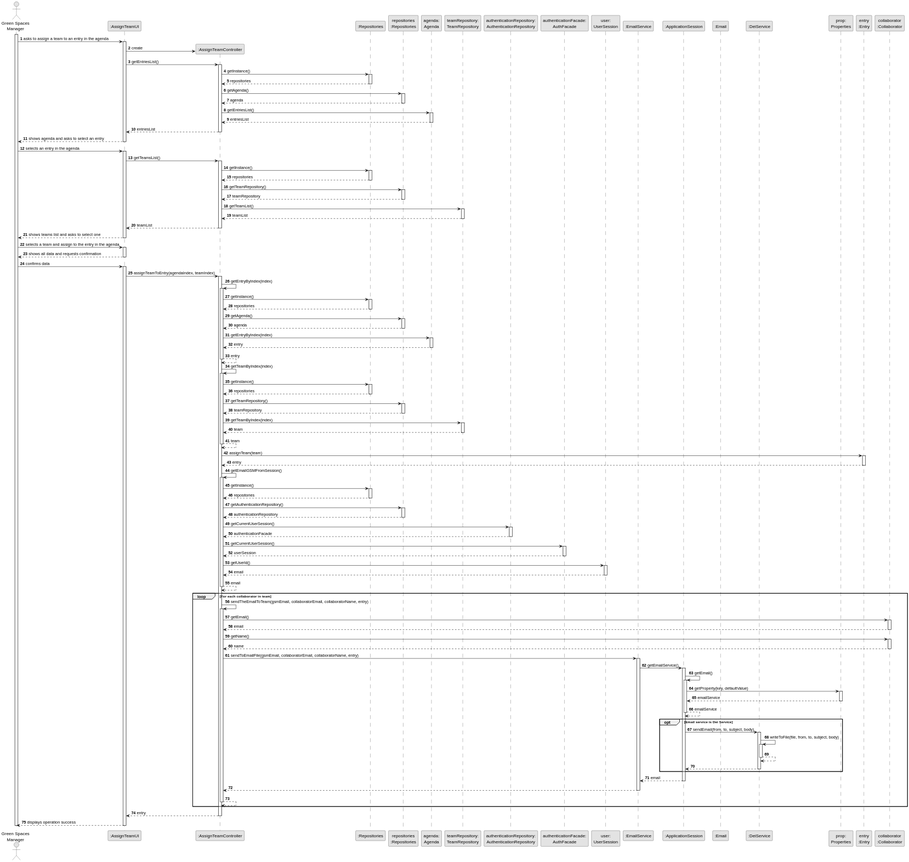
Before: docs/sprintA&B&C/us023/03.design/svg/us023-sequence-diagram-full.svg, a diagram exported from PlantUML (daniel41silva05/ISEP_2023_2024_LAPR2).
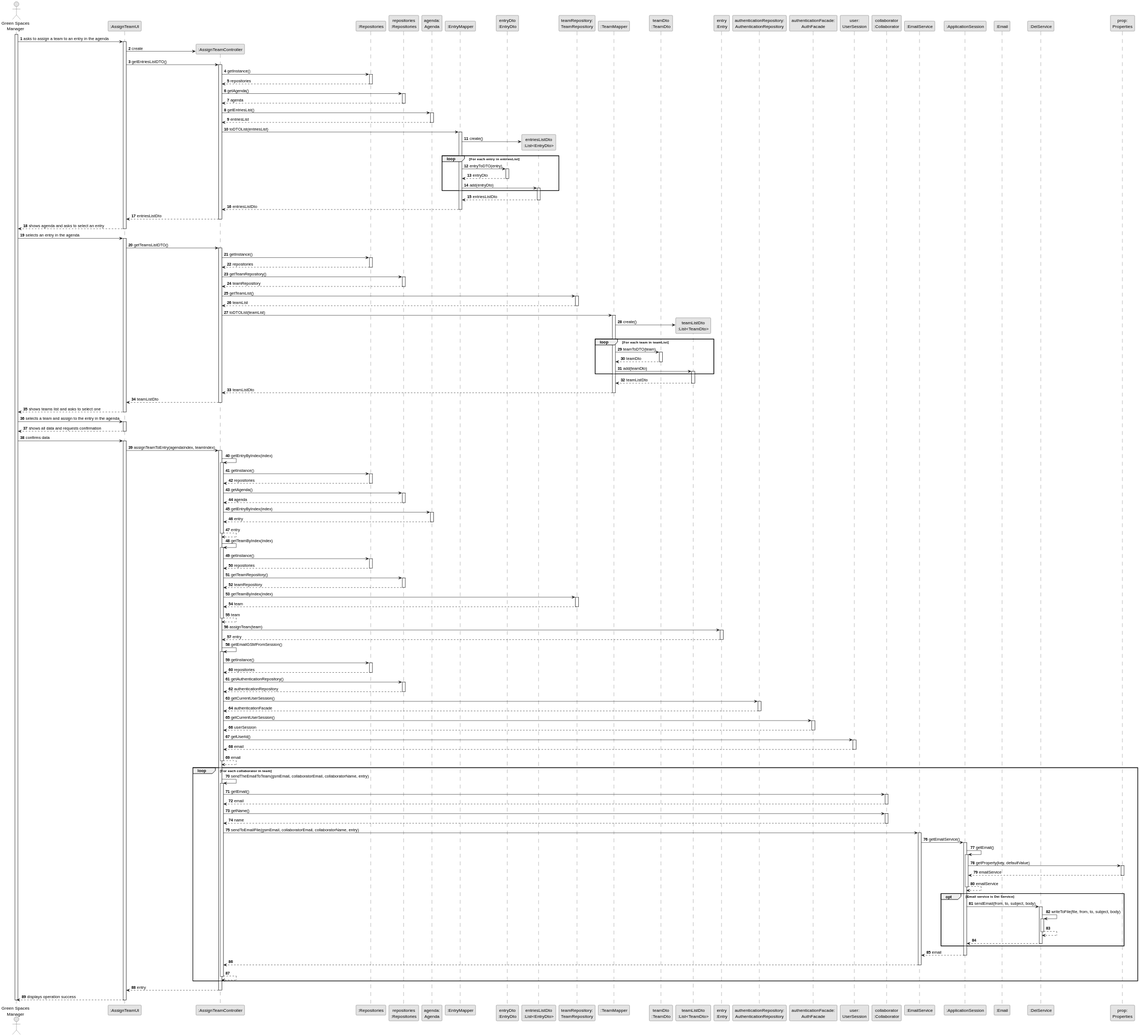
The same file after the commit.

Change to the diagram source:
```diff
@@ -11,17 +11,23 @@
 participant ":Repositories" as REP
 participant "repositories\n:Repositories" as REPS
 participant "agenda:\nAgenda" as agenda
+participant ":EntryMapper" as entryMAPPER
+participant "entryDto\n:EntryDto" as entryDTO
+participant "entriesListDto\n:List<EntryDto>" as entriesListDTO
 participant "teamRepository:\nTeamRepository" as teamRepository
+participant ":TeamMapper" as teamMAPPER
+participant "teamDto\n:TeamDto" as teamDTO
+participant "teamListDto\n:List<TeamDto>" as teamListDTO
+participant "entry\n:Entry" as ENTRY
 participant "authenticationRepository:\nAuthenticationRepository" as authentication
 participant "authenticationFacade:\nAuthFacade" as authFacade
 participant "user:\nUserSession" as user
+participant "collaborator\n:Collaborator" as Collaborator
 participant ":EmailService" as emailService
 participant ":ApplicationSession" as ApplicationSession
 participant ":Email" as email
 participant ":DeiService" as deiService
 participant "prop:\nProperties" as Properties
-participant "entry\n:Entry" as ENTRY
-participant "collaborator\n:Collaborator" as Collaborator
 
 activate GSM
 
@@ -30,7 +36,7 @@
 
         UI -> CTRL** : create
 
-        UI -> CTRL : getEntriesList()
+        UI -> CTRL : getEntriesListDTO()
         activate CTRL
 
             CTRL -> REP : getInstance()
@@ -51,7 +57,31 @@
             agenda --> CTRL : entriesList
             deactivate agenda
 
-        CTRL --> UI : entriesList
+            CTRL -> entryMAPPER: toDTOList(entriesList)
+            activate entryMAPPER
+
+                entryMAPPER -> entriesListDTO** : create()
+
+                loop For each entry in entriesList
+
+                entryMAPPER -> entryDTO: entryToDTO(entry)
+                activate entryDTO
+
+                entryDTO --> entryMAPPER: entryDto
+                deactivate entryDTO
+
+                entryMAPPER -> entriesListDTO: add(entryDto)
+                activate entriesListDTO
+
+                end
+
+                entriesListDTO --> entryMAPPER: entriesListDto
+                deactivate entriesListDTO
+
+            entryMAPPER --> CTRL : entriesListDto
+            deactivate entryMAPPER
+
+        CTRL --> UI : entriesListDto
         deactivate CTRL
 
     UI --> GSM : shows agenda and asks to select an entry
@@ -60,7 +90,7 @@
     GSM -> UI : selects an entry in the agenda
     activate UI
 
-        UI -> CTRL : getTeamsList()
+        UI -> CTRL : getTeamsListDTO()
         activate CTRL
 
             CTRL -> REP : getInstance()
@@ -81,7 +111,31 @@
             teamRepository --> CTRL : teamList
             deactivate teamRepository
 
-        CTRL --> UI : teamList
+            CTRL -> teamMAPPER: toDTOList(teamList)
+            activate teamMAPPER
+
+                teamMAPPER -> teamListDTO** : create()
+
+                loop For each team in teamList
+
+                teamMAPPER -> teamDTO: teamToDTO(team)
+                activate teamDTO
+
+                teamDTO --> teamMAPPER: teamDto
+                deactivate teamDTO
+
+                teamMAPPER -> teamListDTO: add(teamDto)
+                activate teamListDTO
+
+                end
+
+                teamListDTO --> teamMAPPER: teamListDto
+                deactivate teamListDTO
+
+            teamMAPPER --> CTRL : teamListDto
+            deactivate teamMAPPER
+
+        CTRL --> UI : teamListDto
         deactivate CTRL
 
     UI --> GSM : shows teams list and asks to select one
```
